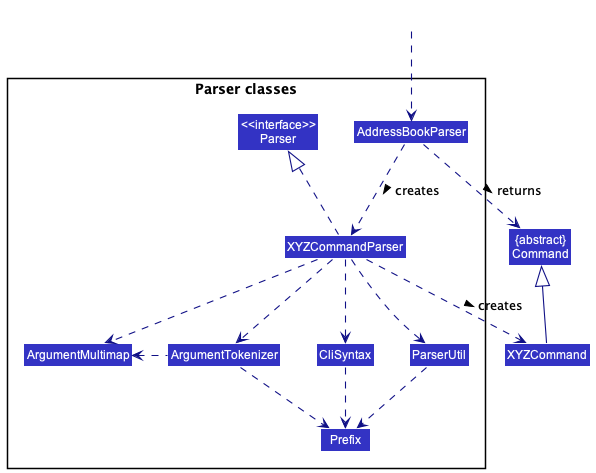
The PlantUML diagram docs/images/ParserClasses.png in nus-cs2103-AY2223S1/tp, before a commit.
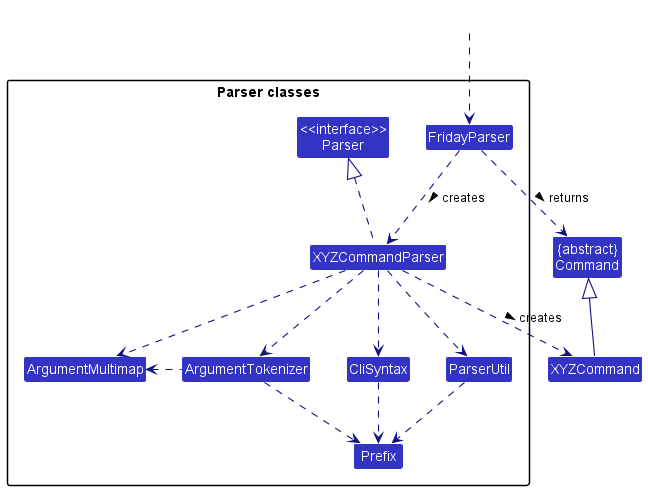
After the change.

The edit, as a diff of the source:
```diff
@@ -9,7 +9,7 @@
 
 package "Parser classes"{
 Class "<<interface>>\nParser" as Parser
-Class AddressBookParser
+Class FridayParser
 Class XYZCommandParser
 Class CliSyntax
 Class ParserUtil
@@ -19,12 +19,12 @@
 }
 
 Class HiddenOutside #FFFFFF
-HiddenOutside ..> AddressBookParser
+HiddenOutside ..> FridayParser
 
-AddressBookParser .down.> XYZCommandParser: creates >
+FridayParser .down.> XYZCommandParser: creates >
 
 XYZCommandParser ..> XYZCommand : creates >
-AddressBookParser ..> Command : returns >
+FridayParser ..> Command : returns >
 XYZCommandParser .up.|> Parser
 XYZCommandParser ..> ArgumentMultimap
 XYZCommandParser ..> ArgumentTokenizer
```
